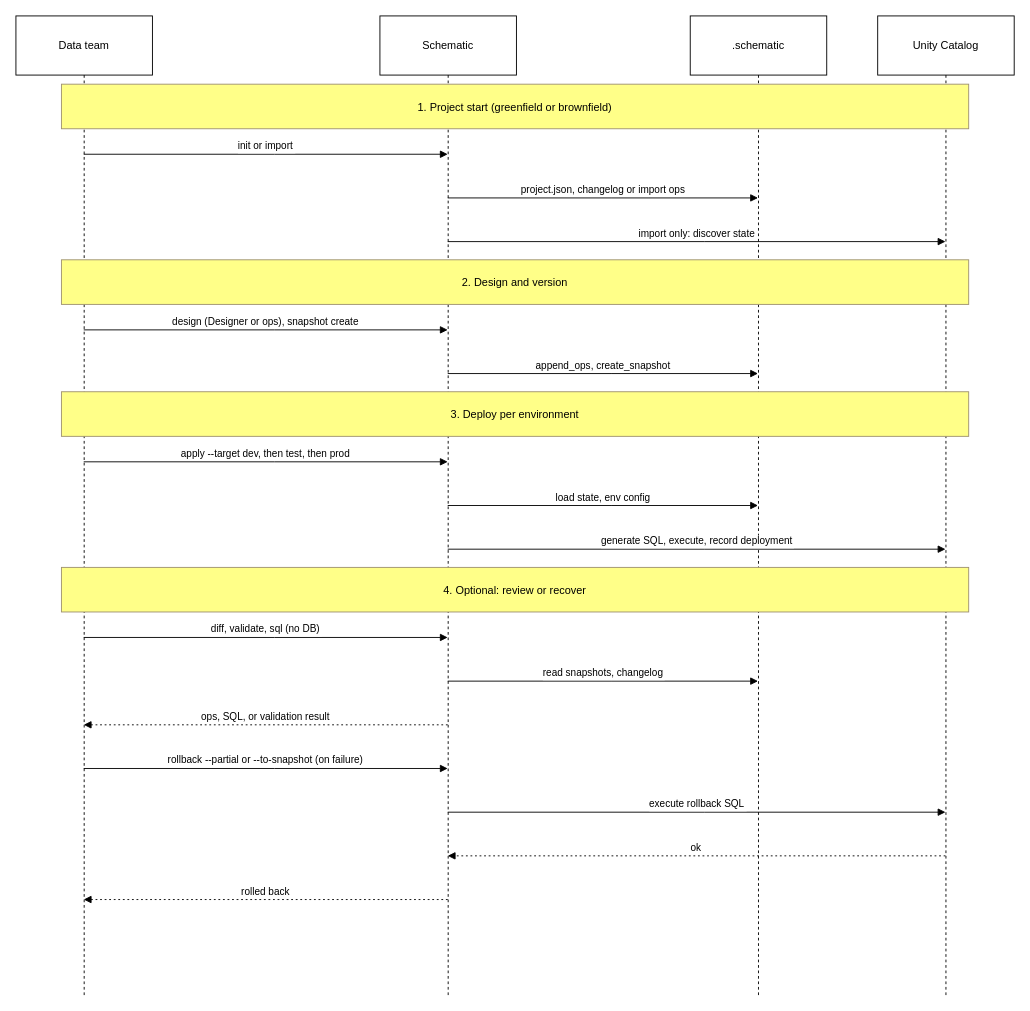
Before: page "Data Ops" (1 of 5) of docs/schematic-wrokflows.drawio in vb-dbrks/schemax, a draw.io diagram. Source tidied: cells renumbered, new cells numbered last; positions are measured from the earlier drawing's top-left corner, leaving out a move shared by most shapes. Both pictures are drawn from the tidied source at 91%, with x=0, y=0 at pixel (15, 15).
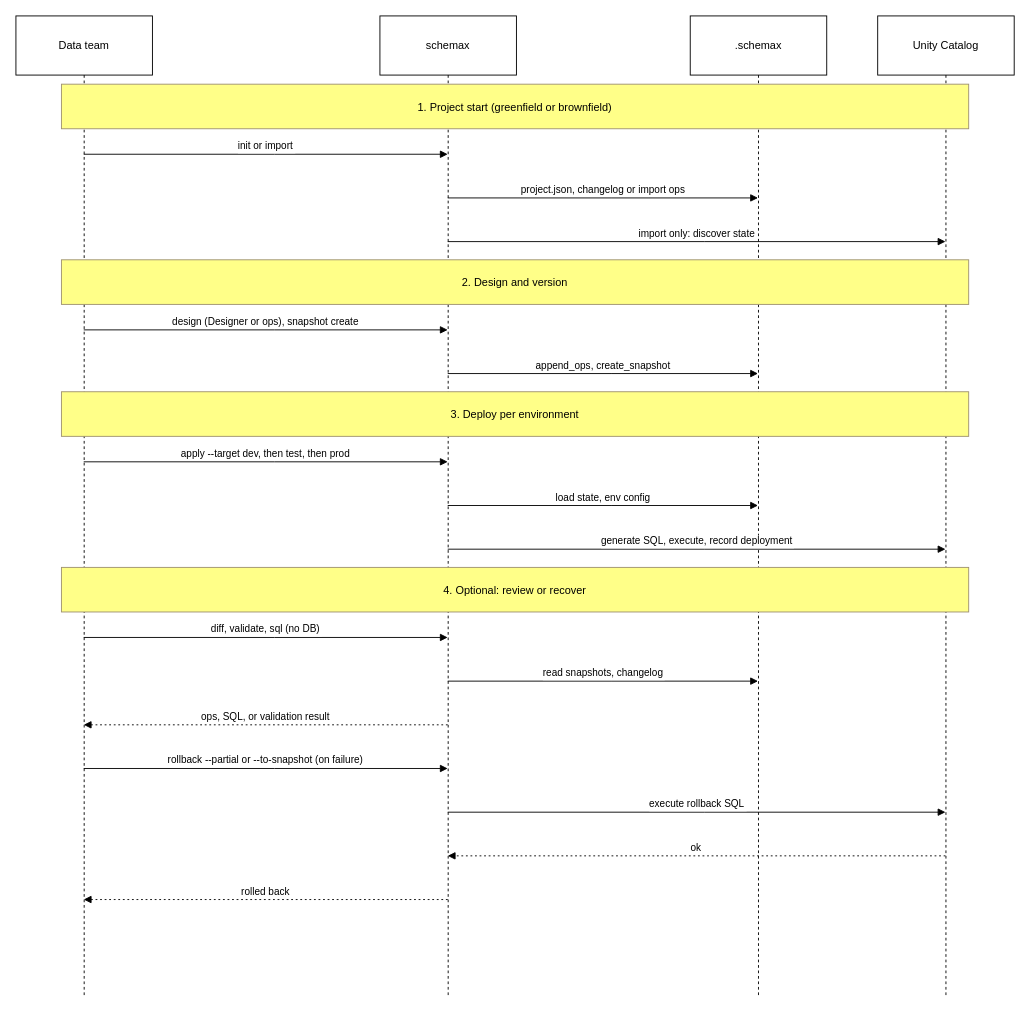
The same page after the edit.

What changed in the source:
```diff
@@
-    <mxCell id="3" value="Schematic" style="shape=umlLifeline;perimeter=lifelinePerimeter;whiteSpace=wrap;outlineConnect=0;portConstraint=eastwest;newEdgeStyle={&quot;edgeStyle&quot;:&quot;elbowEdgeStyle&quot;,&quot;elbow&quot;:&quot;vertical&quot;,&quot;curved&quot;:0,&quot;rounded&quot;:0};size=65;" parent="1" vertex="1">
+    <mxCell id="3" value="schemax" style="shape=umlLifeline;perimeter=lifelinePerimeter;whiteSpace=wrap;outlineConnect=0;portConstraint=eastwest;newEdgeStyle={&quot;edgeStyle&quot;:&quot;elbowEdgeStyle&quot;,&quot;elbow&quot;:&quot;vertical&quot;,&quot;curved&quot;:0,&quot;rounded&quot;:0};size=65;" parent="1" vertex="1">
       <mxGeometry x="400" width="150" height="1076" as="geometry" />
     </mxCell>
-    <mxCell id="4" value=".schematic" style="shape=umlLifeline;perimeter=lifelinePerimeter;whiteSpace=wrap;outlineConnect=0;portConstraint=eastwest;newEdgeStyle={&quot;edgeStyle&quot;:&quot;elbowEdgeStyle&quot;,&quot;elbow&quot;:&quot;vertical&quot;,&quot;curved&quot;:0,&quot;rounded&quot;:0};size=65;" parent="1" vertex="1">
+    <mxCell id="4" value=".schemax" style="shape=umlLifeline;perimeter=lifelinePerimeter;whiteSpace=wrap;outlineConnect=0;portConstraint=eastwest;newEdgeStyle={&quot;edgeStyle&quot;:&quot;elbowEdgeStyle&quot;,&quot;elbow&quot;:&quot;vertical&quot;,&quot;curved&quot;:0,&quot;rounded&quot;:0};size=65;" parent="1" vertex="1">
       <mxGeometry x="741" width="150" height="1076" as="geometry" />
     </mxCell>
```
